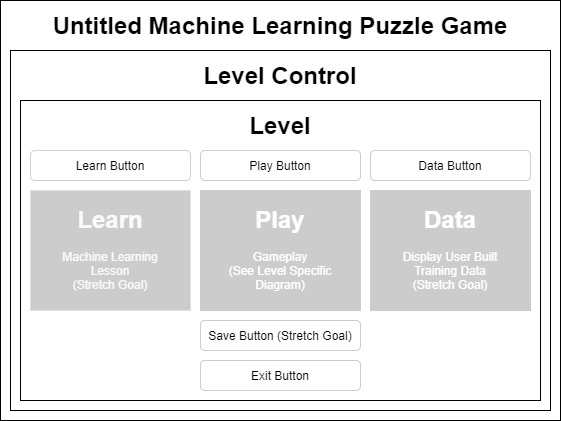
The draw.io diagram public/app-component-diagram.png in JohnNilsOlson/untitled-machine-learning-puzzle-game, before a commit. Source tidied: cells renumbered, new cells last; positions are measured from the earlier drawing's top-left corner, leaving out a move shared by most shapes. Its diagram source:
```xml
<mxGraphModel background="#ffffff">
  <root>
    <mxCell id="0" />
    <mxCell id="1" parent="0" />
    <mxCell id="2" style="rounded=0;whiteSpace=wrap;html=1;strokeWidth=1;" parent="1" vertex="1">
      <mxGeometry width="560" height="420" as="geometry" />
    </mxCell>
    <mxCell id="3" style="rounded=0;whiteSpace=wrap;html=1;strokeWidth=1;" parent="1" vertex="1">
      <mxGeometry x="10" y="50" width="540" height="360" as="geometry" />
    </mxCell>
    <mxCell id="4" style="rounded=0;whiteSpace=wrap;html=1;strokeWidth=1;" parent="1" vertex="1">
      <mxGeometry x="20" y="100" width="520" height="300" as="geometry" />
    </mxCell>
    <mxCell id="5" style="rounded=0;whiteSpace=wrap;html=1;fillColor=#CCCCCC;strokeColor=#CCCCCC;" parent="1" vertex="1">
      <mxGeometry x="200" y="190" width="160" height="120" as="geometry" />
    </mxCell>
    <mxCell id="6" style="rounded=0;whiteSpace=wrap;html=1;fillColor=#CCCCCC;strokeColor=#CCCCCC;" parent="1" vertex="1">
      <mxGeometry x="370" y="190" width="160" height="120" as="geometry" />
    </mxCell>
    <mxCell id="7" style="rounded=0;whiteSpace=wrap;html=1;strokeWidth=1;strokeColor=#E0E0E0;fillColor=#CCCCCC;" parent="1" vertex="1">
      <mxGeometry x="30" y="190" width="160" height="120" as="geometry" />
    </mxCell>
    <mxCell id="8" value="&lt;h1&gt;&lt;font color=&quot;#ffffff&quot;&gt;Play&lt;/font&gt;&lt;/h1&gt;&lt;div&gt;&lt;font color=&quot;#ffffff&quot;&gt;Gameplay&lt;/font&gt;&lt;/div&gt;&lt;div&gt;&lt;font color=&quot;#ffffff&quot;&gt;(See Level Specific Diagram)&lt;/font&gt;&lt;/div&gt;&lt;p&gt;&lt;br&gt;&lt;/p&gt;" style="text;html=1;strokeColor=none;fillColor=none;spacing=5;spacingTop=-20;whiteSpace=wrap;overflow=hidden;rounded=0;align=center;" parent="1" vertex="1">
      <mxGeometry x="210" y="200" width="140" height="100" as="geometry" />
    </mxCell>
    <mxCell id="9" value="&lt;h1&gt;&lt;font color=&quot;#ffffff&quot;&gt;Data&lt;/font&gt;&lt;/h1&gt;&lt;div&gt;&lt;font color=&quot;#ffffff&quot;&gt;Display User Built Training Data&lt;/font&gt;&lt;/div&gt;&lt;div&gt;&lt;font color=&quot;#ffffff&quot;&gt;(Stretch Goal)&lt;/font&gt;&lt;/div&gt;" style="text;html=1;strokeColor=none;fillColor=none;spacing=5;spacingTop=-20;whiteSpace=wrap;overflow=hidden;rounded=0;align=center;" parent="1" vertex="1">
      <mxGeometry x="380" y="200" width="140" height="100" as="geometry" />
    </mxCell>
    <mxCell id="10" value="&lt;h1&gt;&lt;font color=&quot;#fafafa&quot;&gt;Learn&lt;/font&gt;&lt;/h1&gt;&lt;div&gt;&lt;font color=&quot;#fafafa&quot;&gt;Machine Learning Lesson&lt;/font&gt;&lt;/div&gt;&lt;div&gt;&lt;font color=&quot;#fafafa&quot;&gt;(Stretch Goal)&lt;/font&gt;&lt;/div&gt;" style="text;html=1;strokeColor=none;fillColor=none;spacing=5;spacingTop=-20;whiteSpace=wrap;overflow=hidden;rounded=0;align=center;" parent="1" vertex="1">
      <mxGeometry x="40" y="200" width="140" height="100" as="geometry" />
    </mxCell>
    <mxCell id="11" value="Learn Button" style="rounded=1;whiteSpace=wrap;html=1;strokeWidth=1;strokeColor=#D1D1D1;" parent="1" vertex="1">
      <mxGeometry x="30" y="150" width="160" height="30" as="geometry" />
    </mxCell>
    <mxCell id="12" value="Play Button" style="rounded=1;whiteSpace=wrap;html=1;strokeWidth=1;strokeColor=#CCCCCC;" parent="1" vertex="1">
      <mxGeometry x="200" y="150" width="160" height="30" as="geometry" />
    </mxCell>
    <mxCell id="13" value="Data Button" style="rounded=1;whiteSpace=wrap;html=1;strokeWidth=1;strokeColor=#CCCCCC;" parent="1" vertex="1">
      <mxGeometry x="370" y="150" width="160" height="30" as="geometry" />
    </mxCell>
    <mxCell id="14" value="&lt;font style=&quot;font-size: 24px&quot;&gt;&lt;b&gt;Level&lt;/b&gt;&lt;/font&gt;" style="text;html=1;strokeColor=none;align=center;verticalAlign=middle;whiteSpace=wrap;rounded=0;fillColor=#ffffff;" parent="1" vertex="1">
      <mxGeometry x="30" y="110" width="500" height="30" as="geometry" />
    </mxCell>
    <mxCell id="15" value="Save Button (Stretch Goal)" style="rounded=1;whiteSpace=wrap;html=1;strokeWidth=1;strokeColor=#CCCCCC;" parent="1" vertex="1">
      <mxGeometry x="200" y="320" width="160" height="30" as="geometry" />
    </mxCell>
    <mxCell id="16" value="Exit Button" style="rounded=1;whiteSpace=wrap;html=1;strokeWidth=1;strokeColor=#CCCCCC;" parent="1" vertex="1">
      <mxGeometry x="200" y="360" width="160" height="30" as="geometry" />
    </mxCell>
    <mxCell id="17" value="&lt;font style=&quot;font-size: 24px&quot;&gt;&lt;b&gt;Level Control&lt;/b&gt;&lt;/font&gt;" style="text;html=1;strokeColor=none;fillColor=none;align=center;verticalAlign=middle;whiteSpace=wrap;rounded=0;" parent="1" vertex="1">
      <mxGeometry x="20" y="60" width="520" height="30" as="geometry" />
    </mxCell>
    <mxCell id="18" value="&lt;font style=&quot;font-size: 24px&quot;&gt;&lt;b&gt;Untitled Machine Learning Puzzle Game&lt;/b&gt;&lt;/font&gt;" style="text;html=1;strokeColor=none;fillColor=none;align=center;verticalAlign=middle;whiteSpace=wrap;rounded=0;" parent="1" vertex="1">
      <mxGeometry x="10" y="10" width="540" height="30" as="geometry" />
    </mxCell>
  </root>
</mxGraphModel>
```
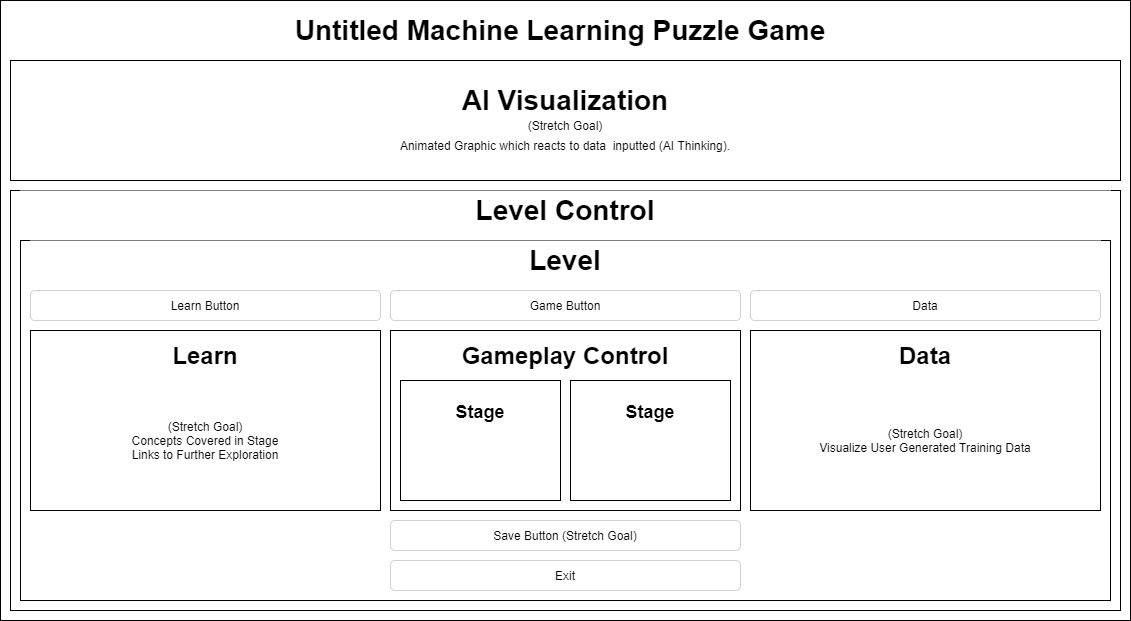
The same file after the commit.

What changed in the source:
```diff
@@ -2,56 +2,86 @@
   <root>
     <mxCell id="0" />
     <mxCell id="1" parent="0" />
-    <mxCell id="2" style="rounded=0;whiteSpace=wrap;html=1;strokeWidth=1;" parent="1" vertex="1">
-      <mxGeometry width="560" height="420" as="geometry" />
+    <mxCell id="2" style="rounded=0;whiteSpace=wrap;html=1;strokeWidth=1;fontSize=28;" parent="1" vertex="1">
+      <mxGeometry x="930" y="-240" width="1130" height="620" as="geometry" />
     </mxCell>
     <mxCell id="3" style="rounded=0;whiteSpace=wrap;html=1;strokeWidth=1;" parent="1" vertex="1">
-      <mxGeometry x="10" y="50" width="540" height="360" as="geometry" />
+      <mxGeometry x="940" y="-50" width="1110" height="420" as="geometry" />
     </mxCell>
     <mxCell id="4" style="rounded=0;whiteSpace=wrap;html=1;strokeWidth=1;" parent="1" vertex="1">
-      <mxGeometry x="20" y="100" width="520" height="300" as="geometry" />
+      <mxGeometry x="950" width="1090" height="360" as="geometry" />
     </mxCell>
-    <mxCell id="5" style="rounded=0;whiteSpace=wrap;html=1;fillColor=#CCCCCC;strokeColor=#CCCCCC;" parent="1" vertex="1">
-      <mxGeometry x="200" y="190" width="160" height="120" as="geometry" />
+    <mxCell id="5" style="rounded=0;whiteSpace=wrap;html=1;strokeWidth=1;" parent="1" vertex="1">
+      <mxGeometry x="1320" y="90" width="350" height="180" as="geometry" />
     </mxCell>
-    <mxCell id="6" style="rounded=0;whiteSpace=wrap;html=1;fillColor=#CCCCCC;strokeColor=#CCCCCC;" parent="1" vertex="1">
-      <mxGeometry x="370" y="190" width="160" height="120" as="geometry" />
+    <mxCell id="6" style="rounded=0;whiteSpace=wrap;html=1;" parent="1" vertex="1">
+      <mxGeometry x="1330" y="140" width="160" height="120" as="geometry" />
     </mxCell>
-    <mxCell id="7" style="rounded=0;whiteSpace=wrap;html=1;strokeWidth=1;strokeColor=#E0E0E0;fillColor=#CCCCCC;" parent="1" vertex="1">
-      <mxGeometry x="30" y="190" width="160" height="120" as="geometry" />
+    <mxCell id="7" value="&lt;h1&gt;&lt;font style=&quot;font-size: 18px&quot;&gt;Stage&lt;/font&gt;&lt;/h1&gt;" style="text;html=1;strokeColor=none;fillColor=none;spacing=5;spacingTop=-20;whiteSpace=wrap;overflow=hidden;rounded=0;align=center;" parent="1" vertex="1">
+      <mxGeometry x="1340" y="150" width="140" height="40" as="geometry" />
     </mxCell>
-    <mxCell id="8" value="&lt;h1&gt;&lt;font color=&quot;#ffffff&quot;&gt;Play&lt;/font&gt;&lt;/h1&gt;&lt;div&gt;&lt;font color=&quot;#ffffff&quot;&gt;Gameplay&lt;/font&gt;&lt;/div&gt;&lt;div&gt;&lt;font color=&quot;#ffffff&quot;&gt;(See Level Specific Diagram)&lt;/font&gt;&lt;/div&gt;&lt;p&gt;&lt;br&gt;&lt;/p&gt;" style="text;html=1;strokeColor=none;fillColor=none;spacing=5;spacingTop=-20;whiteSpace=wrap;overflow=hidden;rounded=0;align=center;" parent="1" vertex="1">
-      <mxGeometry x="210" y="200" width="140" height="100" as="geometry" />
+    <mxCell id="8" style="rounded=0;whiteSpace=wrap;html=1;" parent="1" vertex="1">
+      <mxGeometry x="1500" y="140" width="160" height="120" as="geometry" />
     </mxCell>
-    <mxCell id="9" value="&lt;h1&gt;&lt;font color=&quot;#ffffff&quot;&gt;Data&lt;/font&gt;&lt;/h1&gt;&lt;div&gt;&lt;font color=&quot;#ffffff&quot;&gt;Display User Built Training Data&lt;/font&gt;&lt;/div&gt;&lt;div&gt;&lt;font color=&quot;#ffffff&quot;&gt;(Stretch Goal)&lt;/font&gt;&lt;/div&gt;" style="text;html=1;strokeColor=none;fillColor=none;spacing=5;spacingTop=-20;whiteSpace=wrap;overflow=hidden;rounded=0;align=center;" parent="1" vertex="1">
-      <mxGeometry x="380" y="200" width="140" height="100" as="geometry" />
+    <mxCell id="9" value="&lt;h1&gt;&lt;font style=&quot;font-size: 18px&quot;&gt;Stage&lt;/font&gt;&lt;/h1&gt;" style="text;html=1;strokeColor=none;fillColor=none;spacing=5;spacingTop=-20;whiteSpace=wrap;overflow=hidden;rounded=0;align=center;" parent="1" vertex="1">
+      <mxGeometry x="1510" y="150" width="140" height="40" as="geometry" />
     </mxCell>
-    <mxCell id="10" value="&lt;h1&gt;&lt;font color=&quot;#fafafa&quot;&gt;Learn&lt;/font&gt;&lt;/h1&gt;&lt;div&gt;&lt;font color=&quot;#fafafa&quot;&gt;Machine Learning Lesson&lt;/font&gt;&lt;/div&gt;&lt;div&gt;&lt;font color=&quot;#fafafa&quot;&gt;(Stretch Goal)&lt;/font&gt;&lt;/div&gt;" style="text;html=1;strokeColor=none;fillColor=none;spacing=5;spacingTop=-20;whiteSpace=wrap;overflow=hidden;rounded=0;align=center;" parent="1" vertex="1">
-      <mxGeometry x="40" y="200" width="140" height="100" as="geometry" />
+    <mxCell id="10" value="&lt;font style=&quot;font-size: 24px&quot;&gt;&lt;b&gt;Gameplay Control&lt;/b&gt;&lt;/font&gt;" style="text;html=1;strokeColor=none;align=center;verticalAlign=middle;whiteSpace=wrap;rounded=0;fillColor=#ffffff;" parent="1" vertex="1">
+      <mxGeometry x="1330" y="100" width="330" height="30" as="geometry" />
     </mxCell>
-    <mxCell id="11" value="Learn Button" style="rounded=1;whiteSpace=wrap;html=1;strokeWidth=1;strokeColor=#D1D1D1;" parent="1" vertex="1">
-      <mxGeometry x="30" y="150" width="160" height="30" as="geometry" />
+    <mxCell id="11" style="rounded=0;whiteSpace=wrap;html=1;strokeWidth=1;" parent="1" vertex="1">
+      <mxGeometry x="1680" y="90" width="350" height="180" as="geometry" />
     </mxCell>
-    <mxCell id="12" value="Play Button" style="rounded=1;whiteSpace=wrap;html=1;strokeWidth=1;strokeColor=#CCCCCC;" parent="1" vertex="1">
-      <mxGeometry x="200" y="150" width="160" height="30" as="geometry" />
+    <mxCell id="12" value="&lt;font style=&quot;font-size: 24px&quot;&gt;&lt;b&gt;Data&lt;/b&gt;&lt;/font&gt;" style="text;html=1;strokeColor=none;align=center;verticalAlign=middle;whiteSpace=wrap;rounded=0;fillColor=#ffffff;" parent="1" vertex="1">
+      <mxGeometry x="1690" y="100" width="330" height="30" as="geometry" />
     </mxCell>
-    <mxCell id="13" value="Data Button" style="rounded=1;whiteSpace=wrap;html=1;strokeWidth=1;strokeColor=#CCCCCC;" parent="1" vertex="1">
-      <mxGeometry x="370" y="150" width="160" height="30" as="geometry" />
+    <mxCell id="13" style="rounded=0;whiteSpace=wrap;html=1;strokeWidth=1;" parent="1" vertex="1">
+      <mxGeometry x="960" y="90" width="350" height="180" as="geometry" />
     </mxCell>
-    <mxCell id="14" value="&lt;font style=&quot;font-size: 24px&quot;&gt;&lt;b&gt;Level&lt;/b&gt;&lt;/font&gt;" style="text;html=1;strokeColor=none;align=center;verticalAlign=middle;whiteSpace=wrap;rounded=0;fillColor=#ffffff;" parent="1" vertex="1">
-      <mxGeometry x="30" y="110" width="500" height="30" as="geometry" />
+    <mxCell id="14" value="&lt;font style=&quot;font-size: 24px&quot;&gt;&lt;b&gt;Learn&lt;/b&gt;&lt;/font&gt;" style="text;html=1;strokeColor=none;align=center;verticalAlign=middle;whiteSpace=wrap;rounded=0;fillColor=#ffffff;" parent="1" vertex="1">
+      <mxGeometry x="970" y="100" width="330" height="30" as="geometry" />
     </mxCell>
-    <mxCell id="15" value="Save Button (Stretch Goal)" style="rounded=1;whiteSpace=wrap;html=1;strokeWidth=1;strokeColor=#CCCCCC;" parent="1" vertex="1">
-      <mxGeometry x="200" y="320" width="160" height="30" as="geometry" />
+    <mxCell id="15" value="(Stretch Goal)&lt;br&gt;Concepts Covered in Stage&lt;br&gt;Links to Further Exploration" style="text;html=1;strokeColor=none;fillColor=none;align=center;verticalAlign=middle;whiteSpace=wrap;rounded=0;" parent="1" vertex="1">
+      <mxGeometry x="970" y="140" width="330" height="120" as="geometry" />
     </mxCell>
-    <mxCell id="16" value="Exit Button" style="rounded=1;whiteSpace=wrap;html=1;strokeWidth=1;strokeColor=#CCCCCC;" parent="1" vertex="1">
-      <mxGeometry x="200" y="360" width="160" height="30" as="geometry" />
+    <mxCell id="16" value="(Stretch Goal)&lt;br&gt;Visualize User Generated Training Data" style="text;html=1;strokeColor=none;fillColor=none;align=center;verticalAlign=middle;whiteSpace=wrap;rounded=0;" parent="1" vertex="1">
+      <mxGeometry x="1690" y="140" width="330" height="120" as="geometry" />
     </mxCell>
-    <mxCell id="17" value="&lt;font style=&quot;font-size: 24px&quot;&gt;&lt;b&gt;Level Control&lt;/b&gt;&lt;/font&gt;" style="text;html=1;strokeColor=none;fillColor=none;align=center;verticalAlign=middle;whiteSpace=wrap;rounded=0;" parent="1" vertex="1">
-      <mxGeometry x="20" y="60" width="520" height="30" as="geometry" />
+    <mxCell id="17" value="&lt;font size=&quot;1&quot;&gt;&lt;b style=&quot;font-size: 28px&quot;&gt;Level&lt;/b&gt;&lt;/font&gt;" style="text;html=1;strokeColor=none;align=center;verticalAlign=middle;whiteSpace=wrap;rounded=0;fillColor=#ffffff;" parent="1" vertex="1">
+      <mxGeometry x="960" width="1070" height="40" as="geometry" />
     </mxCell>
-    <mxCell id="18" value="&lt;font style=&quot;font-size: 24px&quot;&gt;&lt;b&gt;Untitled Machine Learning Puzzle Game&lt;/b&gt;&lt;/font&gt;" style="text;html=1;strokeColor=none;fillColor=none;align=center;verticalAlign=middle;whiteSpace=wrap;rounded=0;" parent="1" vertex="1">
-      <mxGeometry x="10" y="10" width="540" height="30" as="geometry" />
+    <mxCell id="18" value="Learn Button" style="rounded=1;whiteSpace=wrap;html=1;strokeWidth=1;strokeColor=#D1D1D1;" parent="1" vertex="1">
+      <mxGeometry x="960" y="50" width="350" height="30" as="geometry" />
     </mxCell>
+    <mxCell id="19" value="Game Button" style="rounded=1;whiteSpace=wrap;html=1;strokeWidth=1;strokeColor=#D1D1D1;" parent="1" vertex="1">
+      <mxGeometry x="1320" y="50" width="350" height="30" as="geometry" />
+    </mxCell>
+    <mxCell id="20" value="Data" style="rounded=1;whiteSpace=wrap;html=1;strokeWidth=1;strokeColor=#D1D1D1;" parent="1" vertex="1">
+      <mxGeometry x="1680" y="50" width="350" height="30" as="geometry" />
+    </mxCell>
+    <mxCell id="21" value="Save Button (Stretch Goal)" style="rounded=1;whiteSpace=wrap;html=1;strokeWidth=1;strokeColor=#D1D1D1;" parent="1" vertex="1">
+      <mxGeometry x="1320" y="280" width="350" height="30" as="geometry" />
+    </mxCell>
+    <mxCell id="22" value="Exit" style="rounded=1;whiteSpace=wrap;html=1;strokeWidth=1;strokeColor=#D1D1D1;" parent="1" vertex="1">
+      <mxGeometry x="1320" y="320" width="350" height="30" as="geometry" />
+    </mxCell>
+    <mxCell id="23" value="&lt;font size=&quot;1&quot;&gt;&lt;b style=&quot;font-size: 28px&quot;&gt;Level Control&lt;/b&gt;&lt;/font&gt;" style="text;html=1;strokeColor=none;align=center;verticalAlign=middle;whiteSpace=wrap;rounded=0;fillColor=#ffffff;" parent="1" vertex="1">
+      <mxGeometry x="950" y="-50" width="1090" height="40" as="geometry" />
+    </mxCell>
+    <mxCell id="24" style="rounded=0;whiteSpace=wrap;html=1;strokeWidth=1;" parent="1" vertex="1">
+      <mxGeometry x="940" y="-180" width="1110" height="120" as="geometry" />
+    </mxCell>
+    <mxCell id="25" value="&lt;font size=&quot;1&quot;&gt;&lt;b style=&quot;font-size: 28px&quot;&gt;AI Visualization&lt;/b&gt;&lt;/font&gt;" style="text;html=1;strokeColor=none;align=center;verticalAlign=middle;whiteSpace=wrap;rounded=0;fillColor=#ffffff;" parent="1" vertex="1">
+      <mxGeometry x="950" y="-160" width="1090" height="40" as="geometry" />
+    </mxCell>
+    <mxCell id="26" value="&lt;span style=&quot;font-size: 12px&quot;&gt;(Stretch Goal)&lt;/span&gt;" style="text;html=1;strokeColor=none;fillColor=none;align=center;verticalAlign=middle;whiteSpace=wrap;rounded=0;fontSize=28;" parent="1" vertex="1">
+      <mxGeometry x="950" y="-140" width="1090" height="40" as="geometry" />
+    </mxCell>
+    <mxCell id="27" value="&lt;span style=&quot;font-size: 12px&quot;&gt;Animated Graphic which reacts to data&amp;nbsp; inputted (AI Thinking).&lt;/span&gt;" style="text;html=1;strokeColor=none;fillColor=none;align=center;verticalAlign=middle;whiteSpace=wrap;rounded=0;fontSize=28;" parent="1" vertex="1">
+      <mxGeometry x="950" y="-110" width="1090" height="20" as="geometry" />
+    </mxCell>
+    <mxCell id="28" value="&lt;font size=&quot;1&quot;&gt;&lt;b style=&quot;font-size: 28px&quot;&gt;Untitled Machine Learning Puzzle Game&lt;/b&gt;&lt;/font&gt;" style="text;html=1;strokeColor=none;align=center;verticalAlign=middle;whiteSpace=wrap;rounded=0;fillColor=#ffffff;" parent="1" vertex="1">
+      <mxGeometry x="940" y="-230" width="1100" height="40" as="geometry" />
+    </mxCell>
   </root>
 </mxGraphModel>
```
